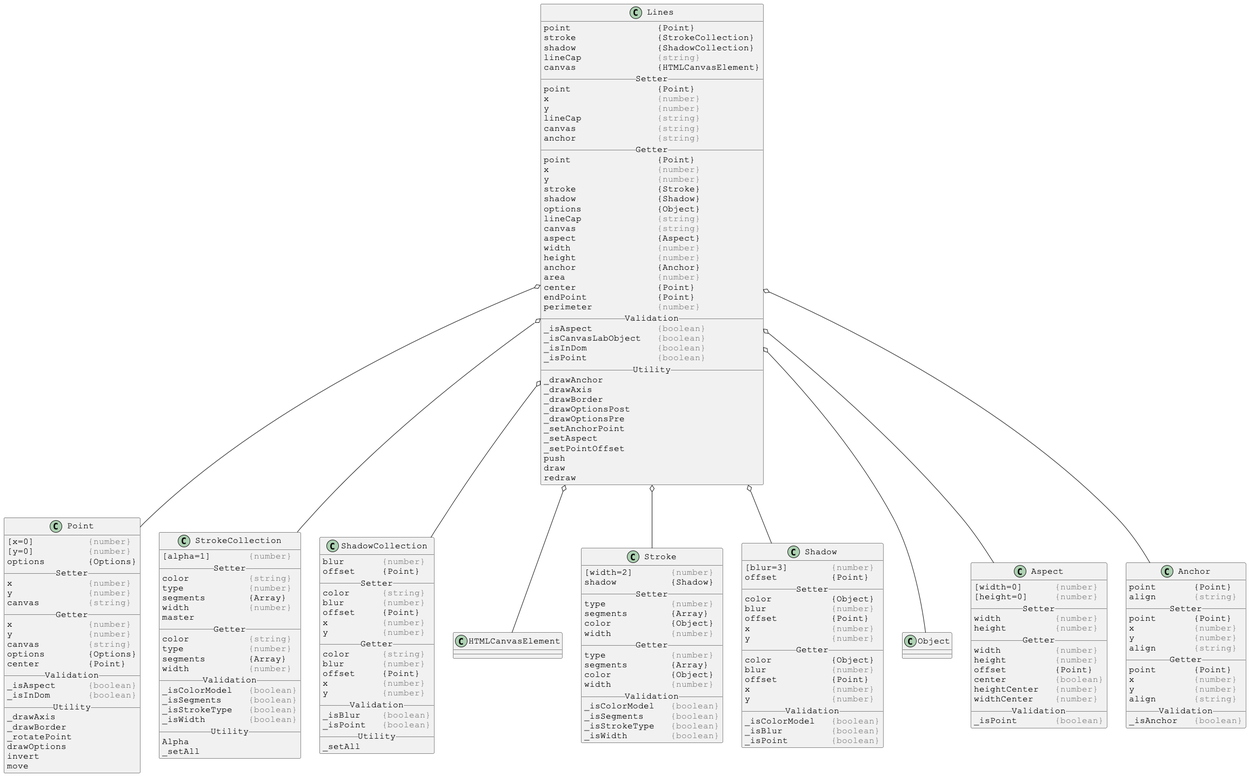
Above: docs/PlantUml/image/linked/Lines-linked.png in Justin-Byrne/canvasLab (PlantUML), before the change.
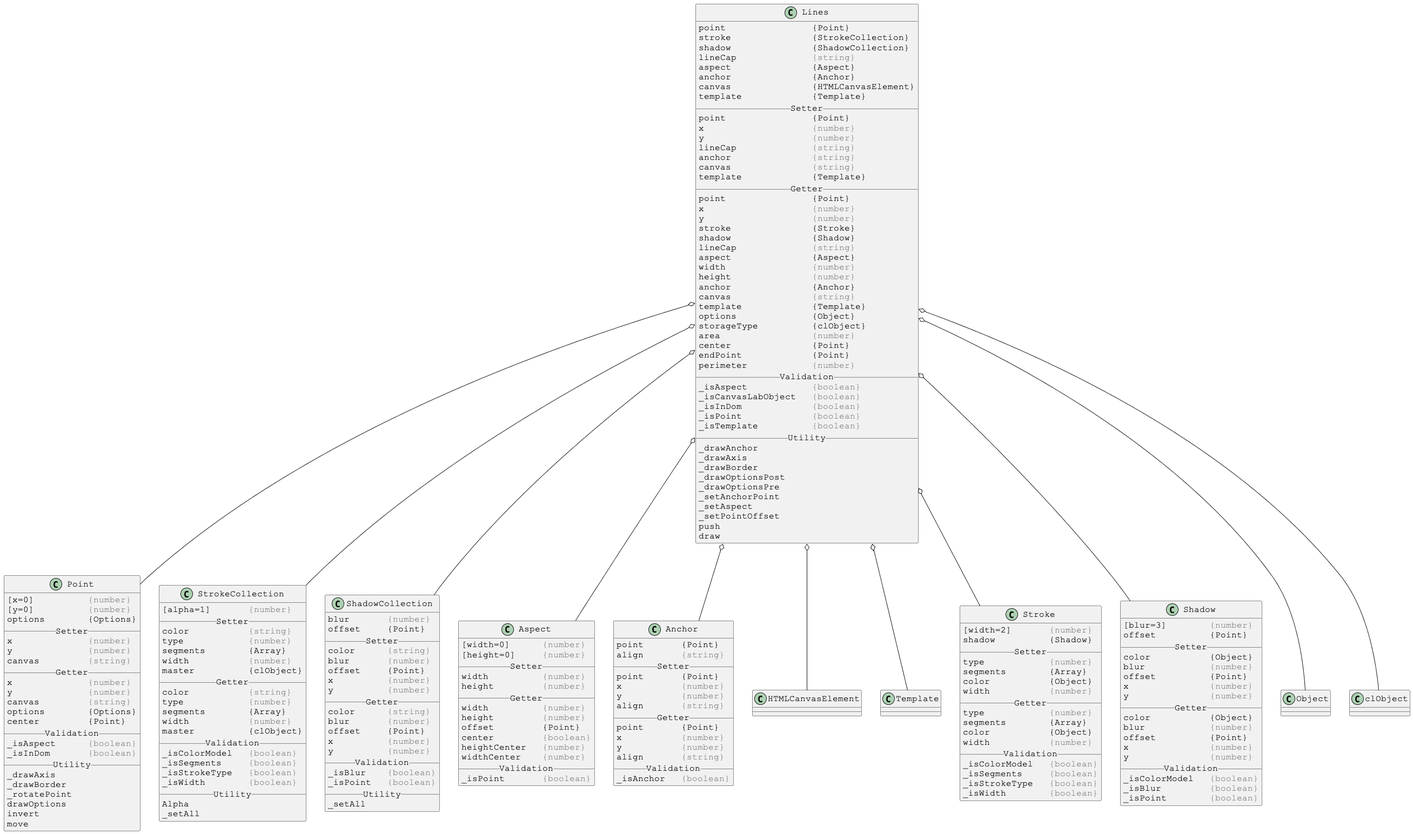
After the change.

Diff of the diagram source:
```diff
@@ -8,27 +8,33 @@
 stroke               {StrokeCollection}
 shadow               {ShadowCollection}
 lineCap              <color:gray>{string}</color>
+aspect               {Aspect}
+anchor               {Anchor}
 canvas               {HTMLCanvasElement}
+template             {Template}
 __ Setter __
 point                {Point}
 x                    <color:gray>{number}</color>
 y                    <color:gray>{number}</color>
 lineCap              <color:gray>{string}</color>
+anchor               <color:gray>{string}</color>
 canvas               <color:gray>{string}</color>
-anchor               <color:gray>{string}</color>
+template             {Template}
 __ Getter __
 point                {Point}
 x                    <color:gray>{number}</color>
 y                    <color:gray>{number}</color>
 stroke               {Stroke}
 shadow               {Shadow}
-options              {Object}
 lineCap              <color:gray>{string}</color>
-canvas               <color:gray>{string}</color>
 aspect               {Aspect}
 width                <color:gray>{number}</color>
 height               <color:gray>{number}</color>
 anchor               {Anchor}
+canvas               <color:gray>{string}</color>
+template             {Template}
+options              {Object}
+storageType          {clObject}
 area                 <color:gray>{number}</color>
 center               {Point}
 endPoint             {Point}
@@ -38,6 +44,7 @@
 _isCanvasLabObject   <color:gray>{boolean}</color>
 _isInDom             <color:gray>{boolean}</color>
 _isPoint             <color:gray>{boolean}</color>
+_isTemplate          <color:gray>{boolean}</color>
 __ Utility __
 _drawAnchor
 _drawAxis
@@ -49,18 +56,19 @@
 _setPointOffset
 push
 draw
-redraw
 }
 
 Lines o-- Point
 Lines o-- StrokeCollection
 Lines o-- ShadowCollection
+Lines o-- Aspect
+Lines o-- Anchor
 Lines o-- HTMLCanvasElement
+Lines o-- Template
 Lines o-- Stroke
 Lines o-- Shadow
 Lines o-- Object
-Lines o-- Aspect
-Lines o-- Anchor
+Lines o-- clObject
 
 
 
@@ -105,12 +113,13 @@
 type            <color:gray>{number}</color>
 segments        {Array}
 width           <color:gray>{number}</color>
-master
+master          {clObject}
 __ Getter __
 color           <color:gray>{string}</color>
 type            <color:gray>{number}</color>
 segments        {Array}
 width           <color:gray>{number}</color>
+master          {clObject}
 __ Validation __
 _isColorModel   <color:gray>{boolean}</color>
 _isSegments     <color:gray>{boolean}</color>
@@ -146,6 +155,50 @@
 _isPoint   <color:gray>{boolean}</color>
 __ Utility __
 _setAll
+}
+
+
+
+skinparam DefaultFontSize 16
+skinparam DefaultFontName Courier New
+
+class Aspect {
+[width=0]      <color:gray>{number}</color>
+[height=0]     <color:gray>{number}</color>
+__ Setter __
+width          <color:gray>{number}</color>
+height         <color:gray>{number}</color>
+__ Getter __
+width          <color:gray>{number}</color>
+height         <color:gray>{number}</color>
+offset         {Point}
+center         <color:gray>{boolean}</color>
+heightCenter   <color:gray>{number}</color>
+widthCenter    <color:gray>{number}</color>
+__ Validation __
+_isPoint       <color:gray>{boolean}</color>
+}
+
+
+
+skinparam DefaultFontSize 16
+skinparam DefaultFontName Courier New
+
+class Anchor {
+point       {Point}
+align       <color:gray>{string}</color>
+__ Setter __
+point       {Point}
+x           <color:gray>{number}</color>
+y           <color:gray>{number}</color>
+align       <color:gray>{string}</color>
+__ Getter __
+point       {Point}
+x           <color:gray>{number}</color>
+y           <color:gray>{number}</color>
+align       <color:gray>{string}</color>
+__ Validation __
+_isAnchor   <color:gray>{boolean}</color>
 }
 
 
@@ -199,48 +252,4 @@
 _isPoint        <color:gray>{boolean}</color>
 }
 
-
-
-skinparam DefaultFontSize 16
-skinparam DefaultFontName Courier New
-
-class Aspect {
-[width=0]      <color:gray>{number}</color>
-[height=0]     <color:gray>{number}</color>
-__ Setter __
-width          <color:gray>{number}</color>
-height         <color:gray>{number}</color>
-__ Getter __
-width          <color:gray>{number}</color>
-height         <color:gray>{number}</color>
-offset         {Point}
-center         <color:gray>{boolean}</color>
-heightCenter   <color:gray>{number}</color>
-widthCenter    <color:gray>{number}</color>
-__ Validation __
-_isPoint       <color:gray>{boolean}</color>
-}
-
-
-
-skinparam DefaultFontSize 16
-skinparam DefaultFontName Courier New
-
-class Anchor {
-point       {Point}
-align       <color:gray>{string}</color>
-__ Setter __
-point       {Point}
-x           <color:gray>{number}</color>
-y           <color:gray>{number}</color>
-align       <color:gray>{string}</color>
-__ Getter __
-point       {Point}
-x           <color:gray>{number}</color>
-y           <color:gray>{number}</color>
-align       <color:gray>{string}</color>
-__ Validation __
-_isAnchor   <color:gray>{boolean}</color>
-}
-
 @enduml
```
